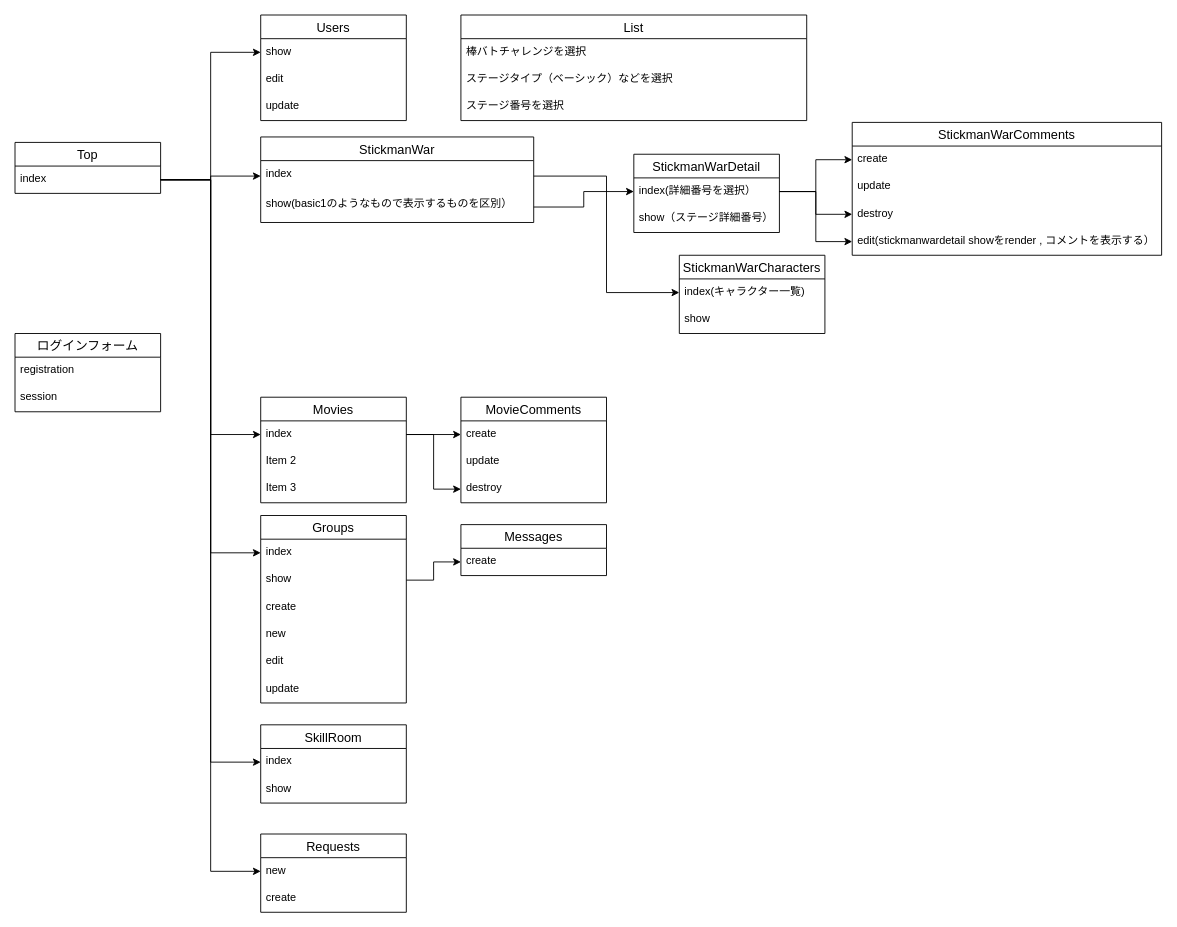
This is flow.dio from runba3011/runba_home, a draw.io file, before an edit. Source tidied: cells renumbered, new cells numbered last; positions are measured from the earlier drawing's top-left corner, leaving out a move shared by most shapes. Both pictures are drawn from the tidied source at 91%, with x=0, y=0 at pixel (15, 15).
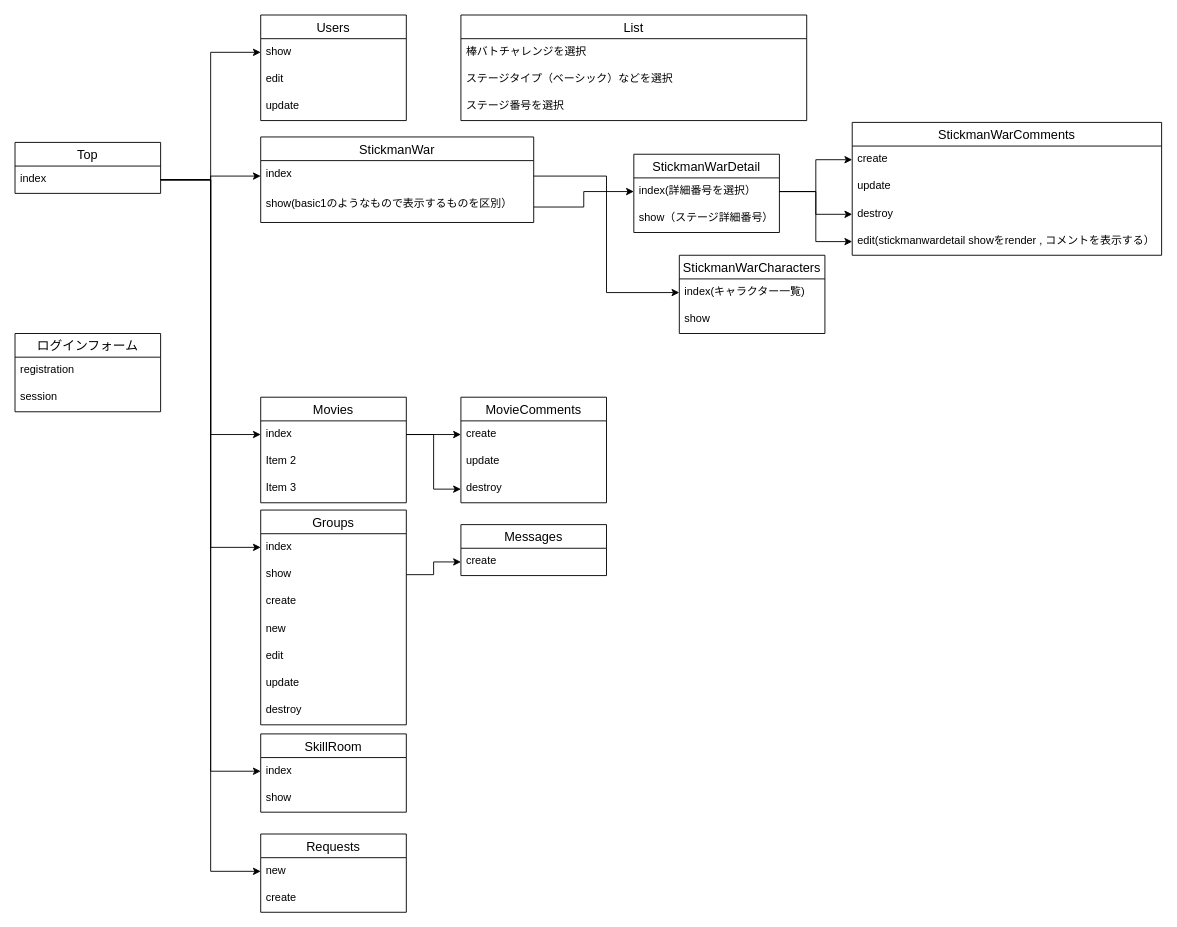
The same page after the edit.

Commit message (it also covers changes not shown here):
ルーティングの設定

What changed in the source:
```diff
@@
     <mxCell id="11" value="Groups" style="swimlane;fontStyle=0;horizontal=1;startSize=26;align=center;fontSize=14;" parent="1" vertex="1">
-      <mxGeometry x="270" y="550" width="160" height="206" as="geometry" />
+      <mxGeometry x="270" y="544" width="160" height="236" as="geometry" />
     </mxCell>
@@
+    <mxCell id="66" value="destroy" style="text;strokeColor=none;fillColor=none;spacingLeft=4;spacingRight=4;overflow=hidden;fontSize=12;" parent="11" vertex="1">
+      <mxGeometry y="206" width="160" height="30" as="geometry" />
+    </mxCell>
@@
     <mxCell id="39" value="SkillRoom" style="swimlane;fontStyle=0;horizontal=1;startSize=26;align=center;fontSize=14;" parent="1" vertex="1">
-      <mxGeometry x="270" y="780" width="160" height="86" as="geometry" />
+      <mxGeometry x="270" y="790" width="160" height="86" as="geometry" />
     </mxCell>
```
